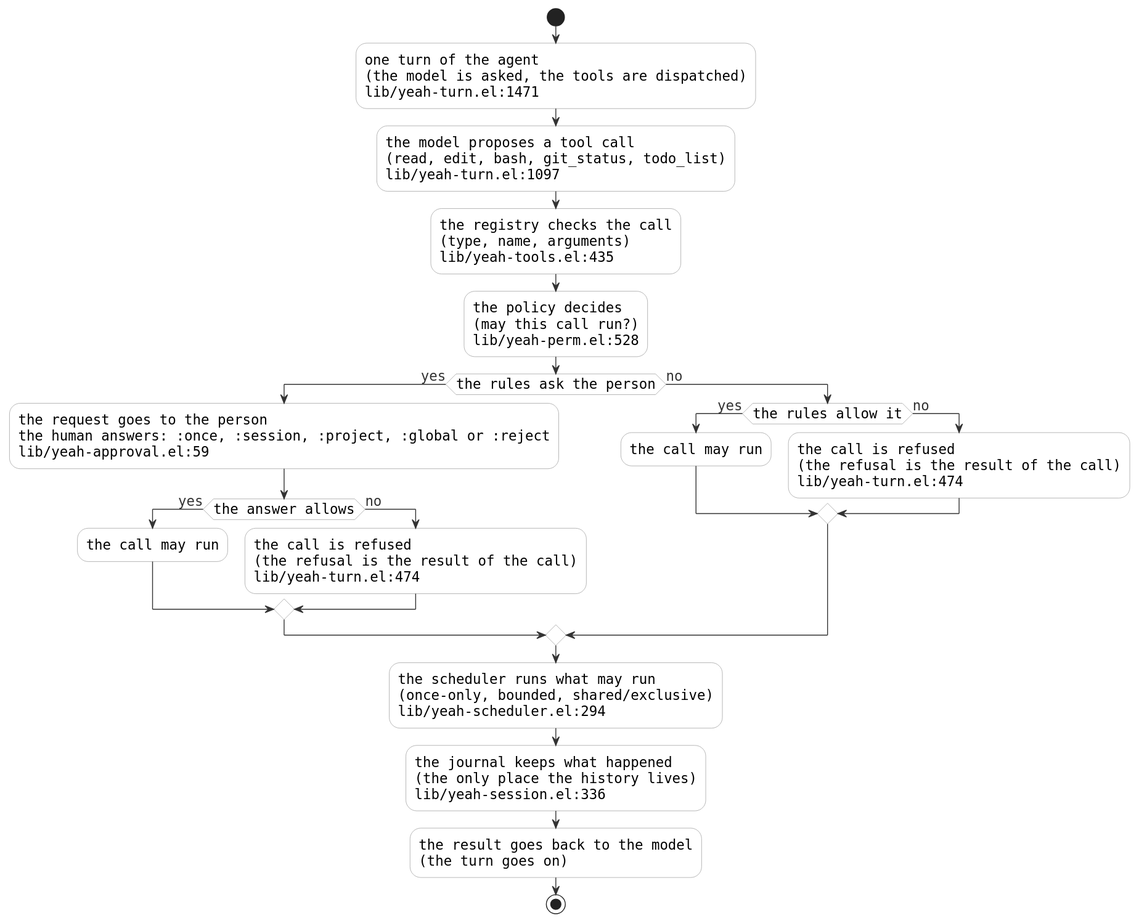
11111000000/yeah keeps this PlantUML diagram as site/assets/diagrams/one-turn-light.svg. Above is the earlier version.
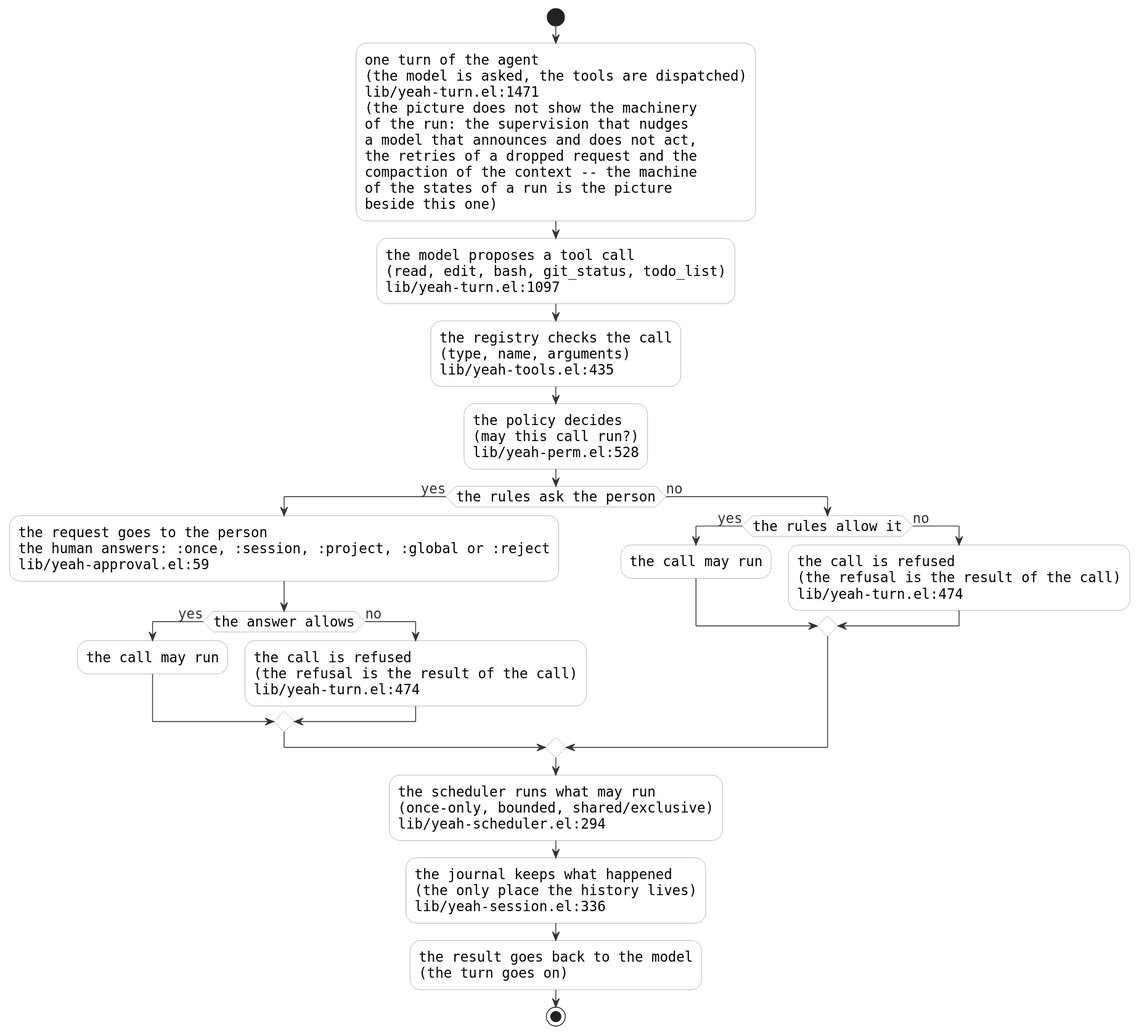
The same diagram one commit later.

Diff of the diagram source:
```diff
@@ -1,4 +1,5 @@
 @startuml
+!define SUBJECT_BG #EAF4EA
 skinparam nodeStyle rectangle
 skinparam stateStyle rectangle
 skinparam componentStyle rectangle
@@ -30,7 +31,14 @@
 start
 :one turn of the agent
 (the model is asked, the tools are dispatched)
-lib/yeah-turn.el:1471;
+lib/yeah-turn.el:1471
+(the picture does not show the machinery
+of the run: the supervision that nudges
+a model that announces and does not act,
+the retries of a dropped request and the
+compaction of the context -- the machine
+of the states of a run is the picture
+beside this one);
 :the model proposes a tool call
 (read, edit, bash, git_status, todo_list)
 lib/yeah-turn.el:1097;
```
